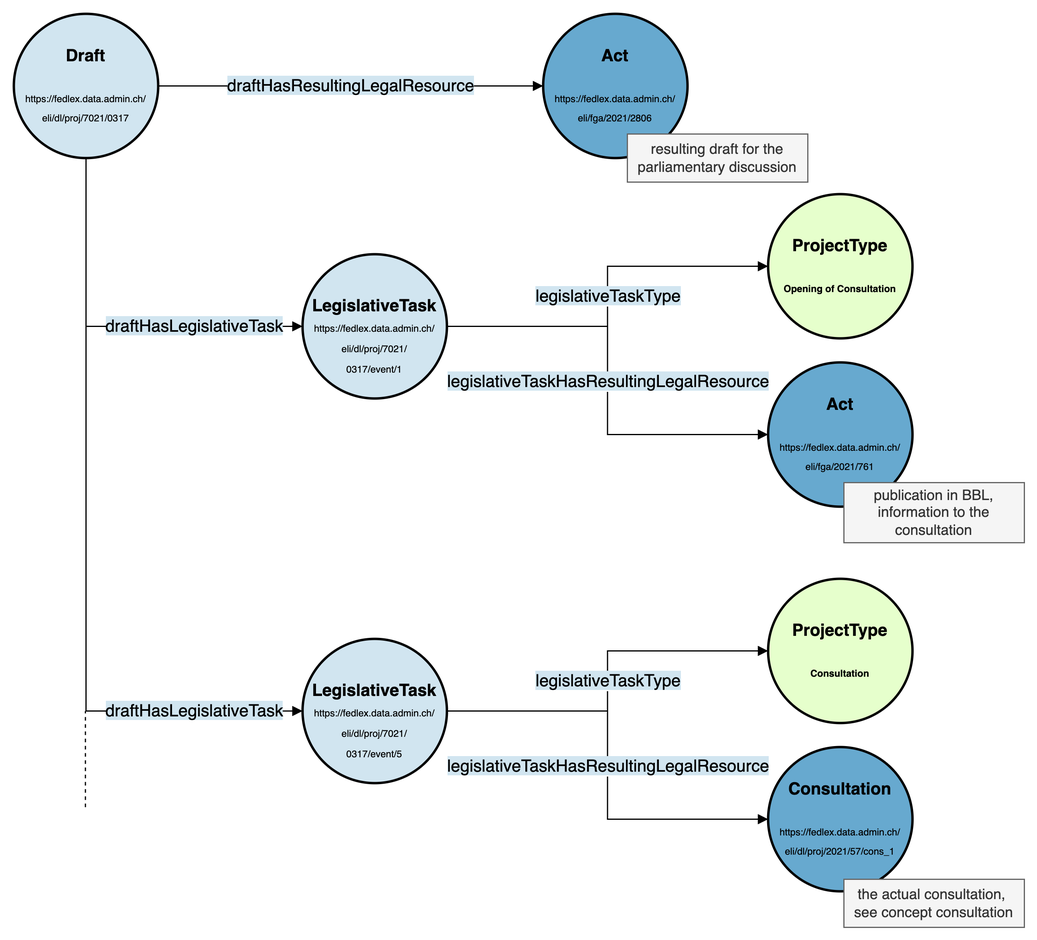
Above: doc/img/draft_example_1.png in swiss/fedlex-jolux (draw.io), before the change. Source tidied: cells renumbered, new cells last; positions are measured from the earlier drawing's top-left corner, leaving out a move shared by most shapes.
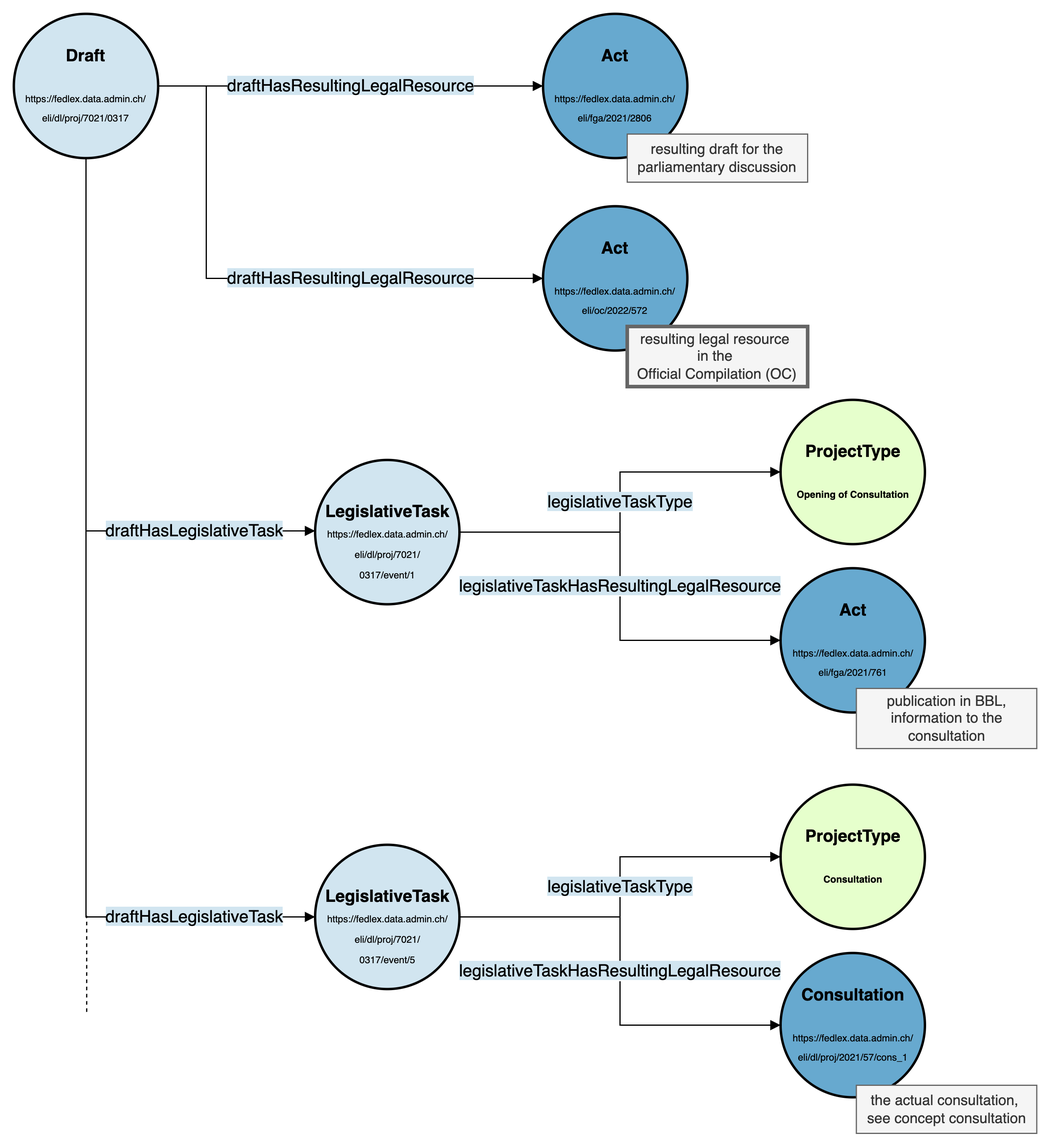
The same file after the commit.

Diff of the diagram source:
```diff
@@ -3,10 +3,10 @@
     <mxCell id="0" />
     <mxCell id="1" parent="0" />
     <mxCell id="2" value="&lt;b&gt;Draft&lt;br&gt;&lt;br&gt;&lt;/b&gt;&lt;div&gt;&lt;span style=&quot;color: rgb(0, 0, 0); text-align: left;&quot;&gt;&lt;font style=&quot;font-size: 8px;&quot;&gt;https://fedlex.data.admin.ch/&lt;br&gt;eli/dl/proj/7021/0317&lt;/font&gt;&lt;/span&gt;&lt;b&gt;&lt;/b&gt;&lt;/div&gt;" style="ellipse;whiteSpace=wrap;html=1;rounded=0;shadow=0;glass=0;comic=0;strokeColor=#000000;strokeWidth=2;fillColor=#d1e5f0;gradientColor=none;fontSize=14;fontColor=#000000;align=center;" parent="1" vertex="1">
-      <mxGeometry width="120" height="120" as="geometry" />
+      <mxGeometry x="-10.5" y="-171" width="120" height="120" as="geometry" />
     </mxCell>
     <mxCell id="3" value="&lt;b&gt;Act&lt;br&gt;&lt;/b&gt;&lt;div&gt;&lt;b&gt;&lt;br&gt;&lt;/b&gt;&lt;/div&gt;&lt;div&gt;&lt;font style=&quot;font-size: 8px;&quot;&gt;https://fedlex.data.admin.ch/&lt;/font&gt;&lt;/div&gt;&lt;div&gt;&lt;font style=&quot;font-size: 8px;&quot;&gt;eli/fga/2021/2806&lt;/font&gt;&lt;/div&gt;" style="ellipse;whiteSpace=wrap;html=1;rounded=0;shadow=0;glass=0;comic=0;strokeColor=#000000;strokeWidth=2;fillColor=#67a9cf;gradientColor=none;fontSize=14;fontColor=#000000;align=center;" parent="1" vertex="1">
-      <mxGeometry x="440" width="120" height="120" as="geometry" />
+      <mxGeometry x="429.5" y="-171" width="120" height="120" as="geometry" />
     </mxCell>
     <mxCell id="4" value="&lt;span style=&quot;background-color: rgb(209, 229, 240);&quot;&gt;draftHasResultingLegalResource&lt;/span&gt;" style="endArrow=block;html=1;strokeColor=#000000;fontSize=14;fontColor=#000000;endFill=1;exitX=1;exitY=0.5;exitDx=0;exitDy=0;entryX=0;entryY=0.5;entryDx=0;entryDy=0;" parent="1" edge="1" source="2" target="3">
       <mxGeometry relative="1" as="geometry" />
@@ -15,9 +15,10 @@
       <mxGeometry x="240" y="200" width="120" height="120" as="geometry" />
     </mxCell>
     <mxCell id="6" value="&lt;span style=&quot;background-color: rgb(209, 229, 240);&quot;&gt;draftHasLegislativeTask&lt;/span&gt;" style="endArrow=block;html=1;strokeColor=#000000;fontSize=14;fontColor=#000000;endFill=1;exitX=0.5;exitY=1;exitDx=0;exitDy=0;edgeStyle=orthogonalEdgeStyle;entryX=0;entryY=0.5;entryDx=0;entryDy=0;rounded=0;curved=0;" parent="1" edge="1" source="2" target="5">
-      <mxGeometry x="0.44" relative="1" as="geometry">
+      <mxGeometry x="0.6" relative="1" as="geometry">
         <Array as="points">
-          <mxPoint x="60" y="260" />
+          <mxPoint x="49.5" y="259" />
+          <mxPoint x="240.5" y="259" />
         </Array>
       </mxGeometry>
     </mxCell>
@@ -49,14 +50,14 @@
       <mxGeometry relative="1" as="geometry" />
     </mxCell>
     <mxCell id="16" value="&lt;span style=&quot;background-color: rgb(209, 229, 240);&quot;&gt;draftHasLegislativeTask&lt;/span&gt;" style="endArrow=block;html=1;strokeColor=#000000;fontSize=14;fontColor=#000000;endFill=1;exitX=0.5;exitY=1;exitDx=0;exitDy=0;edgeStyle=orthogonalEdgeStyle;entryX=0;entryY=0.5;entryDx=0;entryDy=0;rounded=0;curved=0;" parent="1" edge="1" source="2" target="11">
-      <mxGeometry x="0.72" relative="1" as="geometry">
+      <mxGeometry x="0.76" relative="1" as="geometry">
         <Array as="points">
-          <mxPoint x="60" y="580" />
+          <mxPoint x="49.5" y="580" />
         </Array>
       </mxGeometry>
     </mxCell>
     <mxCell id="17" value="resulting draft for the parliamentary discussion" style="text;html=1;align=center;verticalAlign=middle;whiteSpace=wrap;rounded=0;fillColor=#f5f5f5;strokeColor=#666666;fontColor=#333333;" parent="1" vertex="1">
-      <mxGeometry x="510" y="100" width="150" height="40" as="geometry" />
+      <mxGeometry x="499.5" y="-71" width="150" height="40" as="geometry" />
     </mxCell>
     <mxCell id="18" value="publication in BBL, information to the consultation" style="text;html=1;align=center;verticalAlign=middle;whiteSpace=wrap;rounded=0;fillColor=#f5f5f5;strokeColor=#666666;fontColor=#333333;" parent="1" vertex="1">
       <mxGeometry x="690" y="390" width="150" height="50" as="geometry" />
@@ -66,9 +67,23 @@
     </mxCell>
     <mxCell id="20" style="endArrow=none;html=1;exitX=0.5;exitY=0;exitDx=0;exitDy=0;dashed=1;" parent="1" edge="1">
       <mxGeometry relative="1" as="geometry">
-        <mxPoint x="59.5" y="660" as="sourcePoint" />
-        <mxPoint x="59.5" y="580" as="targetPoint" />
+        <mxPoint x="50.1" y="659" as="sourcePoint" />
+        <mxPoint x="50.1" y="579" as="targetPoint" />
       </mxGeometry>
     </mxCell>
+    <mxCell id="21" value="&lt;b&gt;Act&lt;br&gt;&lt;/b&gt;&lt;div&gt;&lt;b&gt;&lt;br&gt;&lt;/b&gt;&lt;/div&gt;&lt;div&gt;&lt;font style=&quot;font-size: 8px;&quot;&gt;https://fedlex.data.admin.ch/&lt;/font&gt;&lt;/div&gt;&lt;div&gt;&lt;font style=&quot;font-size: 8px;&quot;&gt;eli/oc/2022/572&lt;/font&gt;&lt;/div&gt;" style="ellipse;whiteSpace=wrap;html=1;rounded=0;shadow=0;glass=0;comic=0;strokeColor=#000000;strokeWidth=2;fillColor=#67a9cf;gradientColor=none;fontSize=14;fontColor=#000000;align=center;" parent="1" vertex="1">
+      <mxGeometry x="429.5" y="-11" width="120" height="120" as="geometry" />
+    </mxCell>
+    <mxCell id="22" value="&lt;span style=&quot;background-color: rgb(209, 229, 240);&quot;&gt;draftHasResultingLegalResource&lt;/span&gt;" style="endArrow=block;html=1;strokeColor=#000000;fontSize=14;fontColor=#000000;endFill=1;exitX=1;exitY=0.5;exitDx=0;exitDy=0;entryX=0;entryY=0.5;entryDx=0;entryDy=0;edgeStyle=orthogonalEdgeStyle;rounded=0;curved=0;" parent="1" edge="1" source="2" target="21">
+      <mxGeometry x="0.33" relative="1" as="geometry">
+        <Array as="points">
+          <mxPoint x="149.5" y="-111" />
+          <mxPoint x="149.5" y="49" />
+        </Array>
+      </mxGeometry>
+    </mxCell>
+    <mxCell id="23" value="resulting legal resource&amp;nbsp;&lt;div&gt;in the&amp;nbsp;&lt;/div&gt;&lt;div&gt;Official Compilation (OC)&lt;/div&gt;" style="text;html=1;align=center;verticalAlign=middle;whiteSpace=wrap;rounded=0;fillColor=#f5f5f5;strokeColor=#666666;fontColor=#333333;strokeWidth=3;" parent="1" vertex="1">
+      <mxGeometry x="499.5" y="89" width="150" height="50" as="geometry" />
+    </mxCell>
   </root>
 </mxGraphModel>
```
